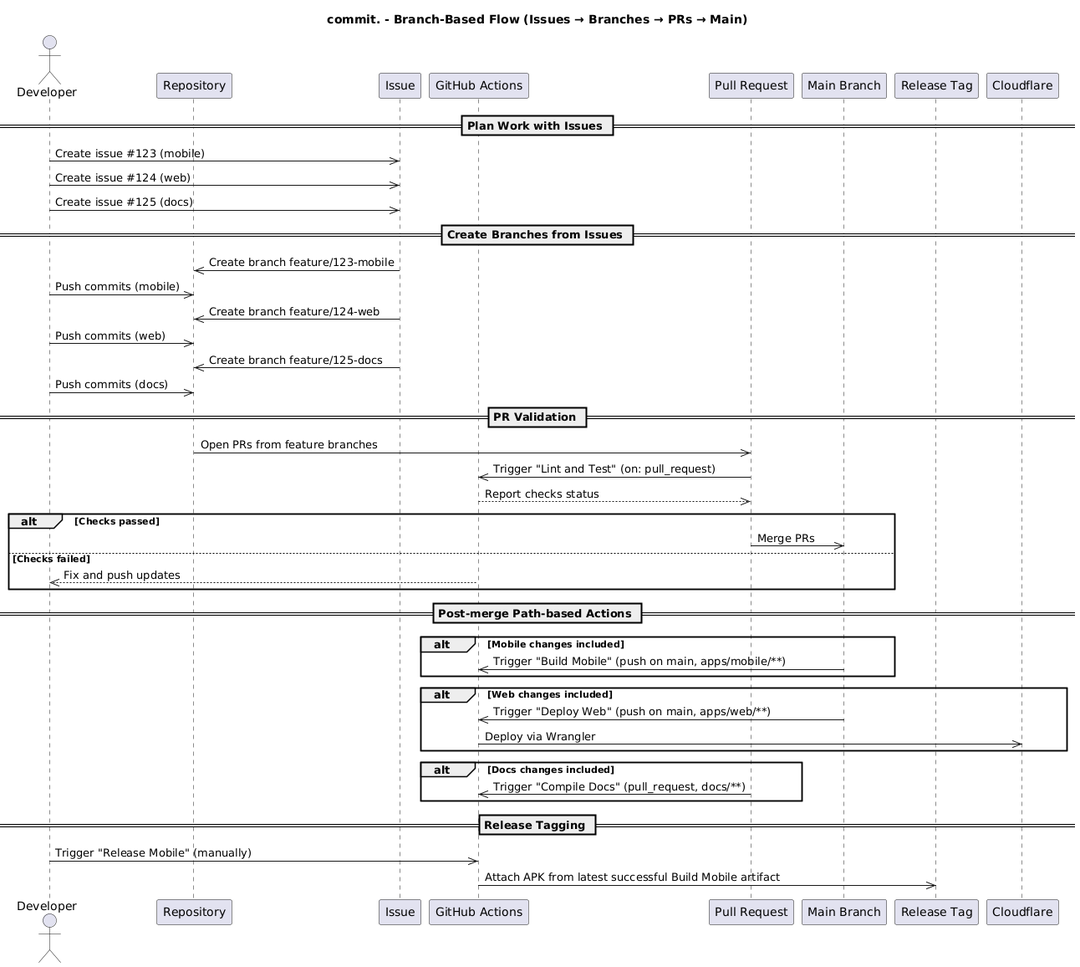
Above: docs/branch-flow.png in getcommitapp/commit (PlantUML), before the change.
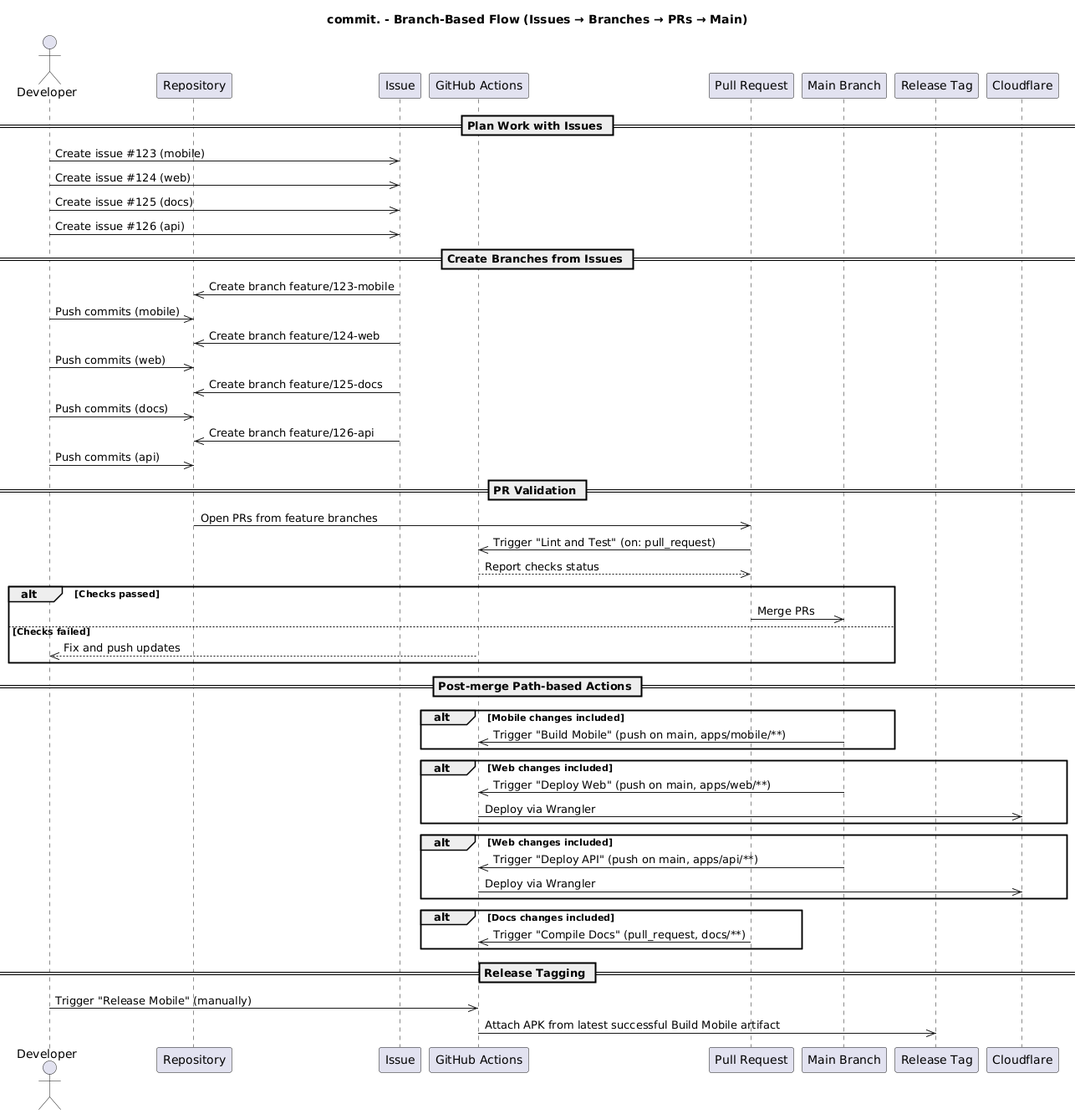
The same diagram one commit later.

Commit message:
chore(docs): update built docs outputs

Diff of the diagram source:
```diff
@@ -13,6 +13,7 @@
 Dev ->> Iss: Create issue #123 (mobile)
 Dev ->> Iss: Create issue #124 (web)
 Dev ->> Iss: Create issue #125 (docs)
+Dev ->> Iss: Create issue #126 (api)
 
 == Create Branches from Issues ==
 Iss ->> Repo: Create branch feature/123-mobile
@@ -21,6 +22,8 @@
 Dev ->> Repo: Push commits (web)
 Iss ->> Repo: Create branch feature/125-docs
 Dev ->> Repo: Push commits (docs)
+Iss ->> Repo: Create branch feature/126-api
+Dev ->> Repo: Push commits (api)
 
 == PR Validation ==
 Repo ->> PR: Open PRs from feature branches
@@ -43,6 +46,11 @@
   GHA ->> "Cloudflare": Deploy via Wrangler
 end
 
+alt Web changes included
+  Main ->> GHA: Trigger "Deploy API" (push on main, apps/api/**)
+  GHA ->> "Cloudflare": Deploy via Wrangler
+end
+
 alt Docs changes included
   PR ->> GHA: Trigger "Compile Docs" (pull_request, docs/**)
 end
```
